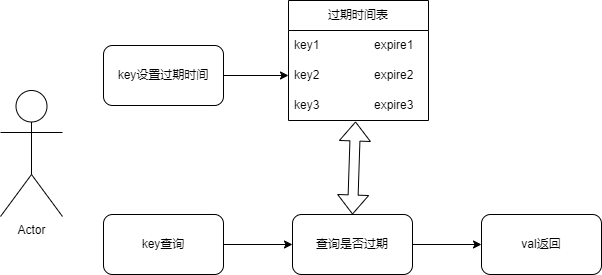
Above: CS/DB/Redis/Redis的删除策略.drawio.png in sirius-zyj/Images (draw.io), before the change. Source tidied: cells renumbered, new cells last; positions are measured from the earlier drawing's top-left corner, leaving out a move shared by most shapes.
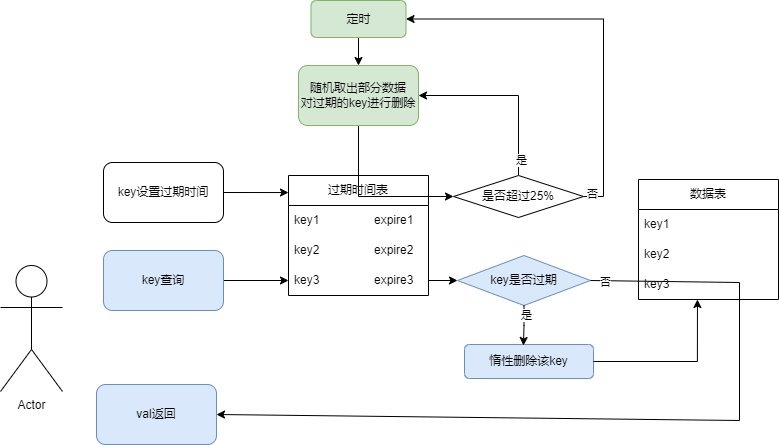
The same file after the commit.

Commit message:
更新Redis的删除策略.drawio.png

Diff of the diagram source:
```diff
@@ -14,32 +14,91 @@
     <mxCell id="5" value="key3&lt;span style=&quot;white-space: pre;&quot;&gt;&#9;&lt;/span&gt;&lt;span style=&quot;white-space: pre;&quot;&gt;&#9;&lt;/span&gt;expire3" style="text;strokeColor=none;fillColor=none;align=left;verticalAlign=middle;spacingLeft=4;spacingRight=4;overflow=hidden;points=[[0,0.5],[1,0.5]];portConstraint=eastwest;whiteSpace=wrap;html=1;" parent="2" vertex="1">
       <mxGeometry y="90" width="140" height="30" as="geometry" />
     </mxCell>
-    <mxCell id="6" style="edgeStyle=orthogonalEdgeStyle;rounded=0;jettySize=auto;html=1;exitX=1;exitY=0.5;exitDx=0;exitDy=0;entryX=0;entryY=0.5;entryDx=0;entryDy=0;" parent="1" edge="1" source="7" target="10">
+    <mxCell id="6" style="edgeStyle=orthogonalEdgeStyle;rounded=0;jettySize=auto;html=1;exitX=1;exitY=0.5;exitDx=0;exitDy=0;entryX=0;entryY=0.5;entryDx=0;entryDy=0;" parent="1" edge="1" source="7" target="5">
       <mxGeometry relative="1" as="geometry" />
     </mxCell>
-    <mxCell id="7" value="key查询" style="rounded=1;whiteSpace=wrap;html=1;" parent="1" vertex="1">
-      <mxGeometry x="103" y="214" width="120" height="60" as="geometry" />
+    <mxCell id="7" value="key查询" style="rounded=1;whiteSpace=wrap;html=1;fillColor=#dae8fc;strokeColor=#6c8ebf;" parent="1" vertex="1">
+      <mxGeometry x="103" y="75" width="120" height="60" as="geometry" />
     </mxCell>
-    <mxCell id="8" style="shape=flexArrow;endArrow=classic;startArrow=classic;html=1;rounded=0;exitX=0.5;exitY=0;exitDx=0;exitDy=0;entryX=0.479;entryY=1.033;entryDx=0;entryDy=0;entryPerimeter=0;" parent="1" edge="1" source="10" target="5">
-      <mxGeometry relative="1" as="geometry" />
-    </mxCell>
-    <mxCell id="9" style="edgeStyle=orthogonalEdgeStyle;rounded=0;jettySize=auto;html=1;exitX=1;exitY=0.5;exitDx=0;exitDy=0;entryX=0;entryY=0.5;entryDx=0;entryDy=0;" parent="1" edge="1" source="10" target="11">
-      <mxGeometry relative="1" as="geometry" />
-    </mxCell>
-    <mxCell id="10" value="查询是否过期" style="rounded=1;whiteSpace=wrap;html=1;" parent="1" vertex="1">
-      <mxGeometry x="292" y="214" width="120" height="60" as="geometry" />
-    </mxCell>
-    <mxCell id="11" value="val返回" style="rounded=1;whiteSpace=wrap;html=1;" parent="1" vertex="1">
-      <mxGeometry x="481" y="214" width="120" height="60" as="geometry" />
+    <mxCell id="11" value="val返回" style="rounded=1;whiteSpace=wrap;html=1;fillColor=#dae8fc;strokeColor=#6c8ebf;" parent="1" vertex="1">
+      <mxGeometry x="96" y="209" width="120" height="60" as="geometry" />
     </mxCell>
-    <mxCell id="12" style="edgeStyle=orthogonalEdgeStyle;rounded=0;jettySize=auto;html=1;exitX=1;exitY=0.5;exitDx=0;exitDy=0;entryX=0;entryY=0.5;entryDx=0;entryDy=0;" parent="1" edge="1" source="13" target="4">
+    <mxCell id="12" style="edgeStyle=orthogonalEdgeStyle;rounded=0;jettySize=auto;html=1;exitX=1;exitY=0.5;exitDx=0;exitDy=0;entryX=0;entryY=0.142;entryDx=0;entryDy=0;entryPerimeter=0;" parent="1" edge="1" source="13" target="2">
       <mxGeometry relative="1" as="geometry" />
     </mxCell>
     <mxCell id="13" value="key设置过期时间" style="rounded=1;whiteSpace=wrap;html=1;" parent="1" vertex="1">
-      <mxGeometry x="103" y="45" width="120" height="60" as="geometry" />
+      <mxGeometry x="103" y="-13" width="120" height="60" as="geometry" />
     </mxCell>
     <mxCell id="14" value="Actor" style="shape=umlActor;verticalLabelPosition=bottom;verticalAlign=top;html=1;" parent="1" vertex="1">
       <mxGeometry y="90" width="62" height="126" as="geometry" />
     </mxCell>
+    <mxCell id="15" value="key是否过期" style="rhombus;whiteSpace=wrap;html=1;fillColor=#dae8fc;strokeColor=#6c8ebf;" parent="1" vertex="1">
+      <mxGeometry x="457" y="80" width="133" height="50" as="geometry" />
+    </mxCell>
+    <mxCell id="16" value="惰性删除该key" style="rounded=1;whiteSpace=wrap;html=1;fillColor=#dae8fc;strokeColor=#6c8ebf;" parent="1" vertex="1">
+      <mxGeometry x="464" y="169" width="129" height="34" as="geometry" />
+    </mxCell>
+    <mxCell id="17" value="数据表" style="swimlane;fontStyle=0;horizontal=1;startSize=30;whiteSpace=wrap;html=1;" parent="1" vertex="1">
+      <mxGeometry x="638" y="4" width="140" height="120" as="geometry" />
+    </mxCell>
+    <mxCell id="18" value="key1" style="text;strokeColor=none;fillColor=none;align=left;verticalAlign=middle;spacingLeft=4;spacingRight=4;overflow=hidden;whiteSpace=wrap;html=1;" parent="17" vertex="1">
+      <mxGeometry y="30" width="140" height="30" as="geometry" />
+    </mxCell>
+    <mxCell id="19" value="key2" style="text;strokeColor=none;fillColor=none;align=left;verticalAlign=middle;spacingLeft=4;spacingRight=4;overflow=hidden;whiteSpace=wrap;html=1;" parent="17" vertex="1">
+      <mxGeometry y="60" width="140" height="30" as="geometry" />
+    </mxCell>
+    <mxCell id="20" value="key3" style="text;strokeColor=none;fillColor=none;align=left;verticalAlign=middle;spacingLeft=4;spacingRight=4;overflow=hidden;points=[[0,0.5],[1,0.5]];portConstraint=eastwest;whiteSpace=wrap;html=1;" parent="17" vertex="1">
+      <mxGeometry y="90" width="140" height="30" as="geometry" />
+    </mxCell>
+    <mxCell id="21" style="edgeStyle=orthogonalEdgeStyle;rounded=0;jettySize=auto;html=1;exitX=1;exitY=0.5;exitDx=0;exitDy=0;entryX=0;entryY=0.5;entryDx=0;entryDy=0;" parent="1" edge="1" source="5" target="15">
+      <mxGeometry relative="1" as="geometry" />
+    </mxCell>
+    <mxCell id="22" style="endArrow=classic;html=1;rounded=0;exitX=1;exitY=0.5;exitDx=0;exitDy=0;entryX=1;entryY=0.5;entryDx=0;entryDy=0;" parent="1" edge="1" source="15" target="11">
+      <mxGeometry relative="1" as="geometry">
+        <Array as="points">
+          <mxPoint x="739" y="107" />
+          <mxPoint x="739" y="245" />
+        </Array>
+      </mxGeometry>
+    </mxCell>
+    <mxCell id="23" value="否" style="edgeLabel;html=1;align=center;verticalAlign=middle;" parent="22" vertex="1">
+      <mxGeometry x="-0.96" y="-1" relative="1" as="geometry" />
+    </mxCell>
+    <mxCell id="24" style="edgeStyle=orthogonalEdgeStyle;rounded=0;jettySize=auto;html=1;exitX=0.5;exitY=1;exitDx=0;exitDy=0;entryX=0.457;entryY=0.029;entryDx=0;entryDy=0;entryPerimeter=0;" parent="1" edge="1" source="15" target="16">
+      <mxGeometry relative="1" as="geometry" />
+    </mxCell>
+    <mxCell id="25" value="是" style="edgeLabel;html=1;align=center;verticalAlign=middle;" parent="24" vertex="1">
+      <mxGeometry x="-0.56" y="2" relative="1" as="geometry" />
+    </mxCell>
+    <mxCell id="26" style="edgeStyle=orthogonalEdgeStyle;rounded=0;jettySize=auto;html=1;exitX=1;exitY=0.5;exitDx=0;exitDy=0;entryX=0.421;entryY=1;entryDx=0;entryDy=0;entryPerimeter=0;" parent="1" edge="1" source="16" target="20">
+      <mxGeometry relative="1" as="geometry" />
+    </mxCell>
+    <mxCell id="27" style="edgeStyle=orthogonalEdgeStyle;rounded=0;jettySize=auto;html=1;exitX=0.5;exitY=1;exitDx=0;exitDy=0;entryX=0;entryY=0.5;entryDx=0;entryDy=0;entryPerimeter=0;" parent="1" edge="1" source="28" target="33">
+      <mxGeometry relative="1" as="geometry" />
+    </mxCell>
+    <mxCell id="28" value="&lt;div&gt;随机取出部分数据&lt;br&gt;对过期的key进行删除&lt;/div&gt;" style="rounded=1;whiteSpace=wrap;html=1;fillColor=#d5e8d4;strokeColor=#82b366;" parent="1" vertex="1">
+      <mxGeometry x="298" y="-110" width="120" height="60" as="geometry" />
+    </mxCell>
+    <mxCell id="29" style="edgeStyle=orthogonalEdgeStyle;rounded=0;jettySize=auto;html=1;exitX=0.5;exitY=0;exitDx=0;exitDy=0;entryX=1;entryY=0.5;entryDx=0;entryDy=0;" parent="1" edge="1" source="33" target="28">
+      <mxGeometry relative="1" as="geometry" />
+    </mxCell>
+    <mxCell id="30" value="是" style="edgeLabel;html=1;align=center;verticalAlign=middle;" parent="29" vertex="1">
+      <mxGeometry x="-0.82" y="-2" relative="1" as="geometry" />
+    </mxCell>
+    <mxCell id="31" style="edgeStyle=orthogonalEdgeStyle;rounded=0;jettySize=auto;html=1;exitX=1;exitY=0.5;exitDx=0;exitDy=0;entryX=1;entryY=0.5;entryDx=0;entryDy=0;" parent="1" edge="1" source="33" target="35">
+      <mxGeometry relative="1" as="geometry" />
+    </mxCell>
+    <mxCell id="32" value="否" style="edgeLabel;html=1;align=center;verticalAlign=middle;" parent="31" vertex="1">
+      <mxGeometry x="-0.96" y="3" relative="1" as="geometry" />
+    </mxCell>
+    <mxCell id="33" value="是否超过25%" style="rhombus;whiteSpace=wrap;html=1;" parent="1" vertex="1">
+      <mxGeometry x="453" width="130" height="42" as="geometry" />
+    </mxCell>
+    <mxCell id="34" style="edgeStyle=orthogonalEdgeStyle;rounded=0;jettySize=auto;html=1;exitX=0.5;exitY=1;exitDx=0;exitDy=0;entryX=0.5;entryY=0;entryDx=0;entryDy=0;" parent="1" edge="1" source="35" target="28">
+      <mxGeometry relative="1" as="geometry" />
+    </mxCell>
+    <mxCell id="35" value="定时" style="rounded=1;whiteSpace=wrap;html=1;fillColor=#d5e8d4;strokeColor=#82b366;" parent="1" vertex="1">
+      <mxGeometry x="310.5" y="-175" width="95" height="37" as="geometry" />
+    </mxCell>
   </root>
 </mxGraphModel>
```
